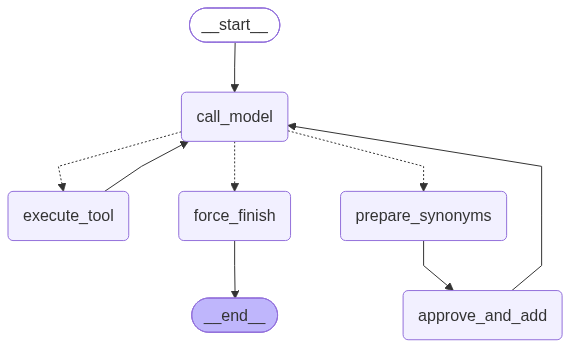
Above: docs/agent_persistent.png in starostina-aleks/netology_project_ii (Mermaid), before the change. Its source is kept beside it as docs/agent_persistent.mmd.
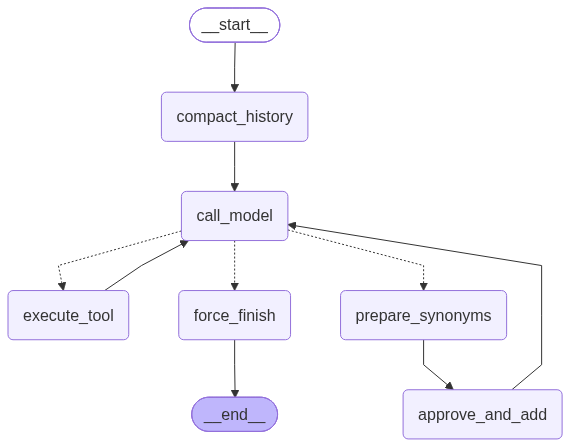
The same diagram one commit later.

What changed in the source:
```diff
@@ -5,17 +5,19 @@
 ---
 graph TD;
 	__start__([<p>__start__</p>]):::first
+	compact_history(compact_history)
 	call_model(call_model)
 	execute_tool(execute_tool)
 	prepare_synonyms(prepare_synonyms)
 	approve_and_add(approve_and_add)
 	force_finish(force_finish)
 	__end__([<p>__end__</p>]):::last
-	__start__ --> call_model;
+	__start__ --> compact_history;
 	approve_and_add --> call_model;
 	call_model -.-> execute_tool;
 	call_model -.-> force_finish;
 	call_model -.-> prepare_synonyms;
+	compact_history --> call_model;
 	execute_tool --> call_model;
 	prepare_synonyms --> approve_and_add;
 	force_finish --> __end__;
```
